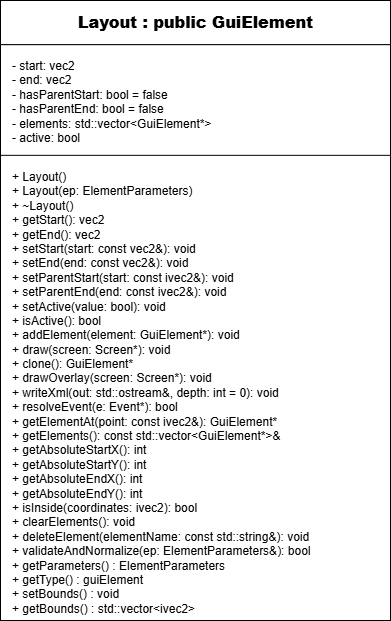
cgreen2048/ArtHuddle keeps this draw.io diagram as images/Layout_UML.png. Above is the earlier version. Source tidied: cells renumbered, new cells last; positions are measured from the earlier drawing's top-left corner, leaving out a move shared by most shapes.
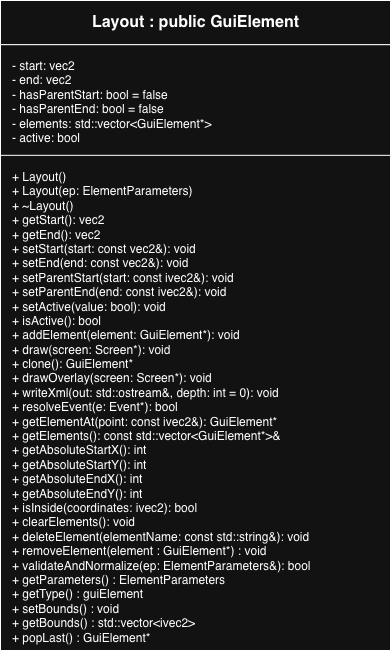
Above is the later version.

The edit, as a diff of the source:
```diff
@@ -3,7 +3,7 @@
     <mxCell id="0" />
     <mxCell id="1" parent="0" />
     <mxCell id="2" style="shape=rectangle;whiteSpace=wrap;html=1;" parent="1" vertex="1">
-      <mxGeometry width="390" height="620" as="geometry" />
+      <mxGeometry width="390" height="650" as="geometry" />
     </mxCell>
     <mxCell id="3" value="&lt;b&gt;Layout : public GuiElement&lt;/b&gt;" style="shape=rectangle;html=1;align=center;verticalAlign=middle;fontStyle=1;fontSize=16;" parent="2" vertex="1">
       <mxGeometry width="390" height="44.2" as="geometry" />
@@ -11,8 +11,8 @@
     <mxCell id="4" value=" - start: vec2&lt;br&gt; - end: vec2&lt;br&gt; - hasParentStart: bool = false&lt;br&gt; - hasParentEnd: bool = false&lt;br&gt; - elements: std::vector&amp;lt;GuiElement*&amp;gt;&lt;br&gt; - active: bool         " style="shape=rectangle;html=1;align=left;verticalAlign=top;spacingLeft=10;spacingTop=8;" parent="2" vertex="1">
       <mxGeometry y="44.2" width="390" height="132.5" as="geometry" />
     </mxCell>
-    <mxCell id="5" value=" + Layout()&lt;br&gt; + Layout(ep: ElementParameters)&lt;br&gt; + ~Layout()&lt;br&gt; + getStart(): vec2&lt;br&gt; + getEnd(): vec2&lt;br&gt; + setStart(start: const vec2&amp;amp;): void&lt;br&gt; + setEnd(end: const vec2&amp;amp;): void&lt;br&gt; + setParentStart(start: const ivec2&amp;amp;): void&lt;br&gt; + setParentEnd(end: const ivec2&amp;amp;): void&lt;br&gt; + setActive(value: bool): void&lt;br&gt; + isActive(): bool&lt;br&gt; + addElement(element: GuiElement*): void&lt;br&gt; + draw(screen: Screen*): void&lt;br&gt; + clone(): GuiElement*&lt;br&gt; + drawOverlay(screen: Screen*): void&lt;br&gt; + writeXml(out: std::ostream&amp;amp;, depth: int = 0): void&lt;br&gt; + resolveEvent(e: Event*): bool&lt;div&gt;+ getElementAt(point: const ivec2&amp;amp;): GuiElement*&lt;br&gt; + getElements(): const std::vector&amp;lt;GuiElement*&amp;gt;&amp;amp;&lt;br&gt; + getAbsoluteStartX(): int&lt;br&gt; + getAbsoluteStartY(): int&lt;br&gt; + getAbsoluteEndX(): int&lt;br&gt; + getAbsoluteEndY(): int&lt;br&gt; + isInside(coordinates: ivec2): bool&lt;br&gt; + clearElements(): void&lt;br&gt; + deleteElement(elementName: const std::string&amp;amp;): void&lt;br&gt; + validateAndNormalize(ep: ElementParameters&amp;amp;): bool&lt;div&gt;+ getParameters() : ElementParameters&lt;/div&gt;&lt;div&gt;+ getType() : guiElement&lt;/div&gt;&lt;div&gt;&lt;div&gt;+ setBounds() : void&lt;/div&gt;&lt;div&gt;+ getBounds() : std::vector&amp;lt;ivec2&amp;gt;&lt;/div&gt;&lt;/div&gt;&lt;/div&gt;" style="shape=rectangle;html=1;align=left;verticalAlign=top;spacingLeft=10;spacingTop=8;" parent="2" vertex="1">
-      <mxGeometry y="154.8" width="390" height="465.2" as="geometry" />
+    <mxCell id="5" value=" + Layout()&lt;br&gt; + Layout(ep: ElementParameters)&lt;br&gt; + ~Layout()&lt;br&gt; + getStart(): vec2&lt;br&gt; + getEnd(): vec2&lt;br&gt; + setStart(start: const vec2&amp;amp;): void&lt;br&gt; + setEnd(end: const vec2&amp;amp;): void&lt;br&gt; + setParentStart(start: const ivec2&amp;amp;): void&lt;br&gt; + setParentEnd(end: const ivec2&amp;amp;): void&lt;br&gt; + setActive(value: bool): void&lt;br&gt; + isActive(): bool&lt;br&gt; + addElement(element: GuiElement*): void&lt;br&gt; + draw(screen: Screen*): void&lt;br&gt; + clone(): GuiElement*&lt;br&gt; + drawOverlay(screen: Screen*): void&lt;br&gt; + writeXml(out: std::ostream&amp;amp;, depth: int = 0): void&lt;br&gt; + resolveEvent(e: Event*): bool&lt;div&gt;+ getElementAt(point: const ivec2&amp;amp;): GuiElement*&lt;br&gt; + getElements(): const std::vector&amp;lt;GuiElement*&amp;gt;&amp;amp;&lt;br&gt; + getAbsoluteStartX(): int&lt;br&gt; + getAbsoluteStartY(): int&lt;br&gt; + getAbsoluteEndX(): int&lt;br&gt; + getAbsoluteEndY(): int&lt;br&gt; + isInside(coordinates: ivec2): bool&lt;br&gt; + clearElements(): void&lt;br&gt; + deleteElement(elementName: const std::string&amp;amp;): void&lt;/div&gt;&lt;div&gt;+ removeElement(element :&amp;nbsp;&lt;span style=&quot;background-color: transparent; color: light-dark(rgb(0, 0, 0), rgb(255, 255, 255));&quot;&gt;GuiElement*&lt;/span&gt;&lt;span style=&quot;background-color: transparent; color: light-dark(rgb(0, 0, 0), rgb(255, 255, 255));&quot;&gt;) : void&lt;/span&gt;&lt;/div&gt;&lt;div&gt; + validateAndNormalize(ep: ElementParameters&amp;amp;): bool&lt;div&gt;+ getParameters() : ElementParameters&lt;/div&gt;&lt;div&gt;+ getType() : guiElement&lt;/div&gt;&lt;div&gt;&lt;div&gt;+ setBounds() : void&lt;/div&gt;&lt;div&gt;+ getBounds() : std::vector&amp;lt;ivec2&amp;gt;&lt;/div&gt;&lt;/div&gt;&lt;/div&gt;&lt;div&gt;+ popLast() :&amp;nbsp;&lt;span style=&quot;background-color: transparent; color: light-dark(rgb(0, 0, 0), rgb(255, 255, 255));&quot;&gt;GuiElement*&lt;/span&gt;&lt;/div&gt;" style="shape=rectangle;html=1;align=left;verticalAlign=top;spacingLeft=10;spacingTop=8;" parent="2" vertex="1">
+      <mxGeometry y="154.8" width="390" height="495.2" as="geometry" />
     </mxCell>
   </root>
 </mxGraphModel>
```
